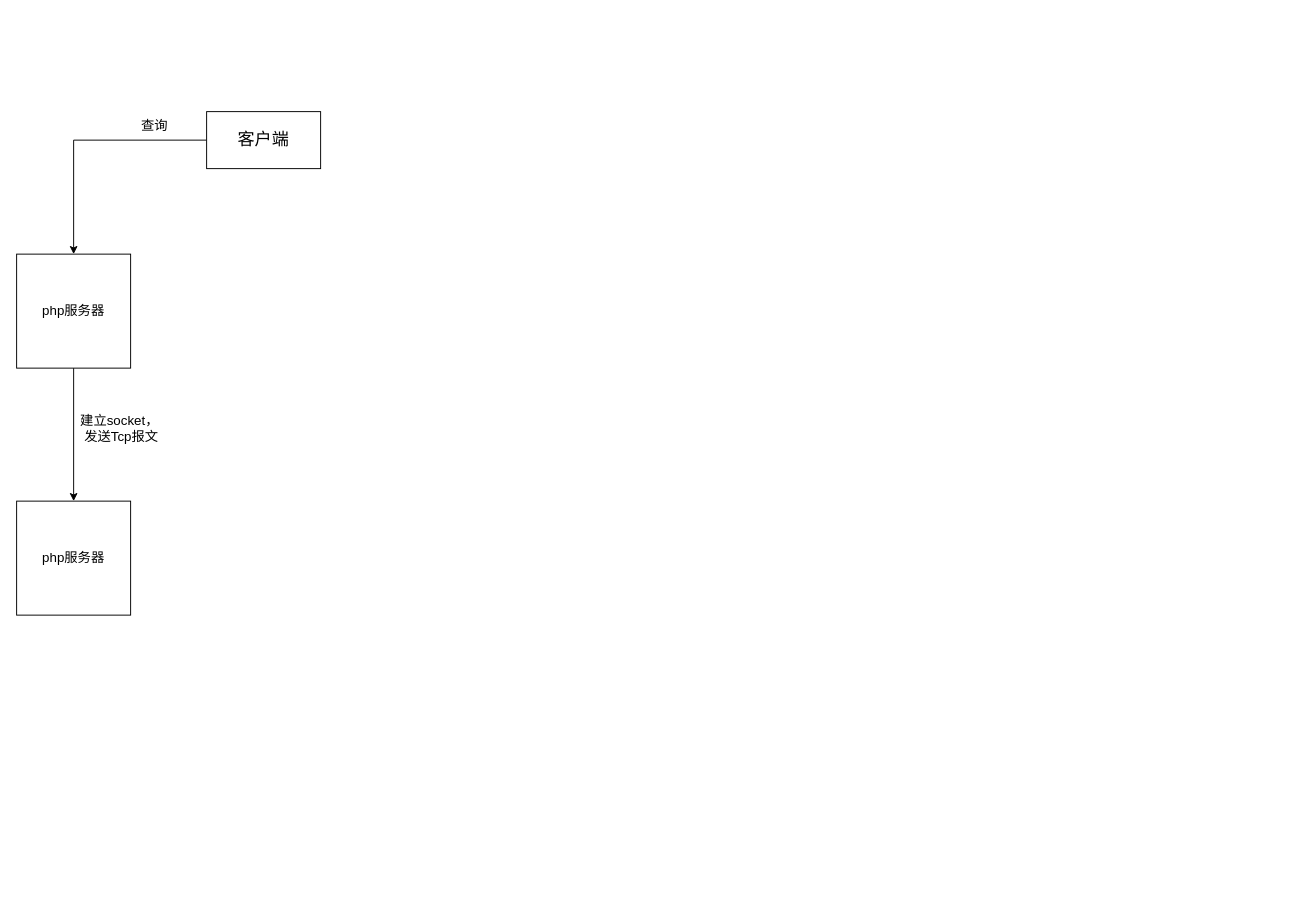
Earlier version of the draw.io diagram 搜索引擎.drawio (shadowbringerw/drawio). Source tidied: cells renumbered, new cells numbered last; positions are measured from the earlier drawing's top-left corner, leaving out a move shared by most shapes. Both pictures are drawn from the tidied source at 95%, with x=0, y=0 at pixel (16, 111).
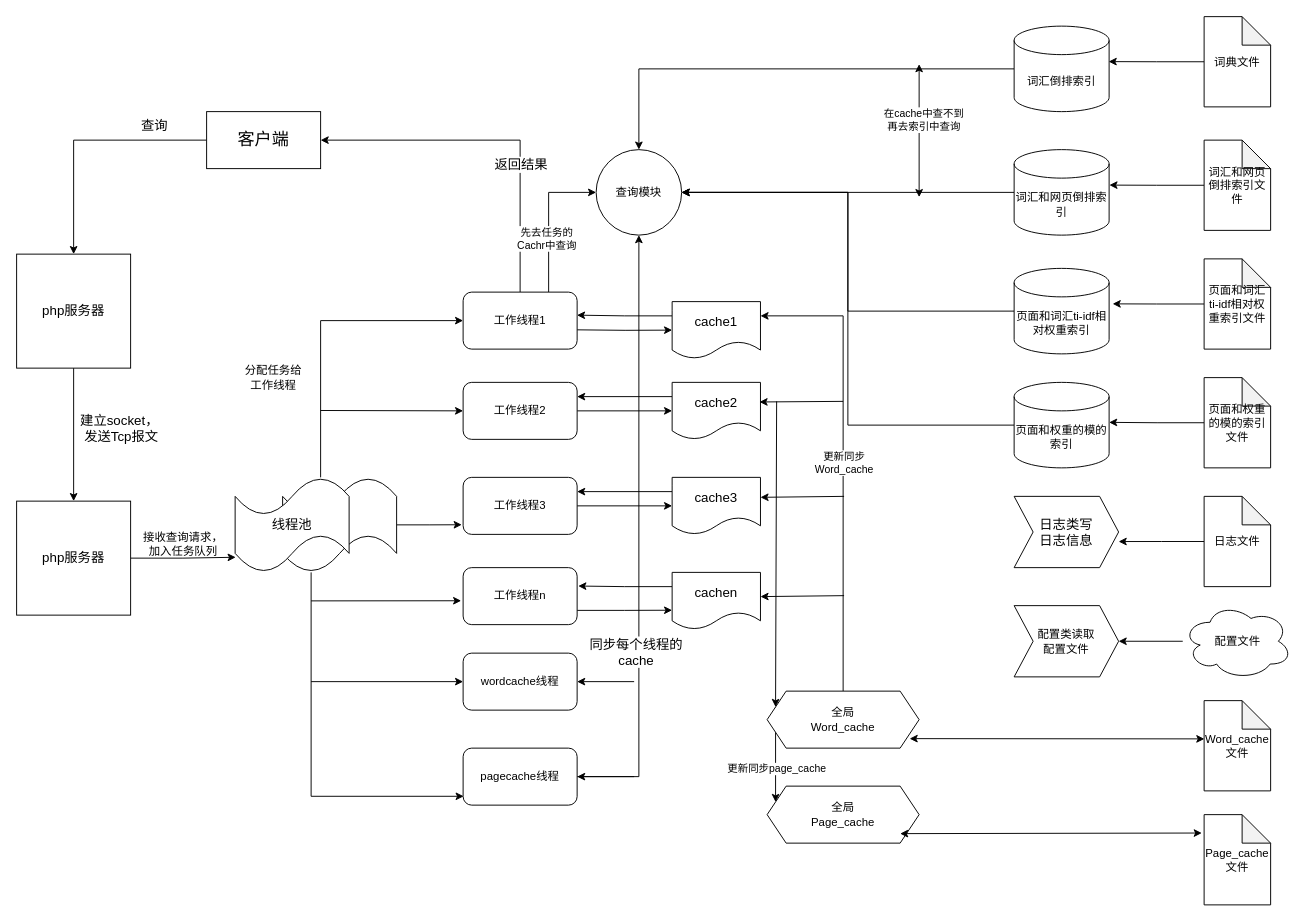
The same page after the edit.

Commit message (it also covers changes not shown here):
更新搜索引擎.drawio

Unchanged cells that the change refers to:
```xml
<mxCell id="3" value="&lt;font style=&quot;font-size: 18px;&quot;&gt;客户端&lt;/font&gt;" style="rounded=0;whiteSpace=wrap;html=1;" parent="1" vertex="1">
  <mxGeometry x="200" width="120" height="60" as="geometry" />
</mxCell>
<mxCell id="7" value="&lt;font style=&quot;font-size: 14px;&quot;&gt;php服务器&lt;/font&gt;" style="whiteSpace=wrap;html=1;" parent="1" vertex="1">
  <mxGeometry y="410" width="120" height="120" as="geometry" />
</mxCell>
```

The edit, as a diff of the source:
```diff
@@
+    <mxCell id="9" style="edgeStyle=orthogonalEdgeStyle;rounded=0;jettySize=auto;html=1;exitX=1;exitY=0.5;exitDx=0;exitDy=0;entryX=0.005;entryY=0.841;entryDx=0;entryDy=0;entryPerimeter=0;" parent="1" edge="1" source="7" target="14">
+      <mxGeometry relative="1" as="geometry" />
+    </mxCell>
@@
+    <mxCell id="10" style="edgeStyle=orthogonalEdgeStyle;rounded=0;jettySize=auto;html=1;exitX=1;exitY=0.5;exitDx=0;exitDy=0;exitPerimeter=0;entryX=-0.012;entryY=0.831;entryDx=0;entryDy=0;entryPerimeter=0;" parent="1" edge="1" source="12" target="25">
+      <mxGeometry relative="1" as="geometry" />
+    </mxCell>
+    <mxCell id="11" style="edgeStyle=orthogonalEdgeStyle;rounded=0;jettySize=auto;html=1;exitX=0.25;exitY=1;exitDx=0;exitDy=0;exitPerimeter=0;entryX=0.005;entryY=0.845;entryDx=0;entryDy=0;entryPerimeter=0;" parent="1" edge="1" source="12" target="31">
+      <mxGeometry relative="1" as="geometry" />
+    </mxCell>
+    <mxCell id="12" style="shape=tape;whiteSpace=wrap;html=1;" parent="1" vertex="1">
+      <mxGeometry x="280" y="385" width="120" height="100" as="geometry" />
+    </mxCell>
+    <mxCell id="13" style="edgeStyle=orthogonalEdgeStyle;rounded=0;jettySize=auto;html=1;exitX=0.75;exitY=0;exitDx=0;exitDy=0;exitPerimeter=0;entryX=0;entryY=0.5;entryDx=0;entryDy=0;" parent="1" edge="1" source="14" target="21">
+      <mxGeometry relative="1" as="geometry">
+        <Array as="points">
+          <mxPoint x="320" y="220" />
+        </Array>
+      </mxGeometry>
+    </mxCell>
+    <mxCell id="14" value="&lt;font style=&quot;font-size: 14px;&quot;&gt;线程池&lt;/font&gt;" style="shape=tape;whiteSpace=wrap;html=1;" parent="1" vertex="1">
+      <mxGeometry x="230" y="385" width="120" height="100" as="geometry" />
+    </mxCell>
+    <mxCell id="15" value="接收查询请求，&lt;br&gt;加入任务队列" style="text;html=1;align=center;verticalAlign=middle;strokeColor=none;fillColor=none;" parent="1" vertex="1">
+      <mxGeometry x="120" y="435" width="110" height="40" as="geometry" />
+    </mxCell>
+    <mxCell id="16" style="edgeStyle=orthogonalEdgeStyle;rounded=0;jettySize=auto;html=1;exitX=0.5;exitY=0;exitDx=0;exitDy=0;entryX=1;entryY=0.5;entryDx=0;entryDy=0;" parent="1" edge="1" source="21" target="3">
+      <mxGeometry relative="1" as="geometry" />
+    </mxCell>
+    <mxCell id="17" value="&lt;font style=&quot;font-size: 14px;&quot;&gt;返回&lt;/font&gt;&lt;font style=&quot;font-size: 14px;&quot;&gt;结果&lt;/font&gt;" style="edgeLabel;html=1;align=center;verticalAlign=middle;" parent="16" vertex="1">
+      <mxGeometry x="-0.27" relative="1" as="geometry" />
+    </mxCell>
+    <mxCell id="18" style="edgeStyle=orthogonalEdgeStyle;rounded=0;jettySize=auto;html=1;exitX=0.75;exitY=0;exitDx=0;exitDy=0;entryX=0;entryY=0.5;entryDx=0;entryDy=0;" parent="1" edge="1" source="21" target="44">
+      <mxGeometry relative="1" as="geometry" />
+    </mxCell>
+    <mxCell id="19" value="先去任务的&lt;br&gt;Cachr中查询" style="edgeLabel;html=1;align=center;verticalAlign=middle;" parent="18" vertex="1">
+      <mxGeometry x="-0.27" y="3" relative="1" as="geometry" />
+    </mxCell>
+    <mxCell id="20" style="edgeStyle=orthogonalEdgeStyle;rounded=0;jettySize=auto;html=1;exitX=1;exitY=0.5;exitDx=0;exitDy=0;entryX=0;entryY=0.5;entryDx=0;entryDy=0;" parent="1" edge="1" target="37">
+      <mxGeometry relative="1" as="geometry">
+        <mxPoint x="590" y="229.7" as="sourcePoint" />
+      </mxGeometry>
+    </mxCell>
+    <mxCell id="21" value="工作线程1" style="rounded=1;whiteSpace=wrap;html=1;" parent="1" vertex="1">
+      <mxGeometry x="470" y="190" width="120" height="60" as="geometry" />
+    </mxCell>
+    <mxCell id="22" style="edgeStyle=orthogonalEdgeStyle;rounded=0;jettySize=auto;html=1;exitX=1;exitY=0.5;exitDx=0;exitDy=0;entryX=0;entryY=0.5;entryDx=0;entryDy=0;" parent="1" edge="1" source="23" target="39">
+      <mxGeometry relative="1" as="geometry" />
+    </mxCell>
+    <mxCell id="23" value="工作线程2" style="rounded=1;whiteSpace=wrap;html=1;" parent="1" vertex="1">
+      <mxGeometry x="470" y="285" width="120" height="60" as="geometry" />
+    </mxCell>
+    <mxCell id="24" style="edgeStyle=orthogonalEdgeStyle;rounded=0;jettySize=auto;html=1;exitX=1;exitY=0.5;exitDx=0;exitDy=0;entryX=0;entryY=0.5;entryDx=0;entryDy=0;" parent="1" edge="1" source="25" target="41">
+      <mxGeometry relative="1" as="geometry" />
+    </mxCell>
+    <mxCell id="25" value="工作线程3" style="rounded=1;whiteSpace=wrap;html=1;" parent="1" vertex="1">
+      <mxGeometry x="470" y="385" width="120" height="60" as="geometry" />
+    </mxCell>
+    <mxCell id="26" style="edgeStyle=orthogonalEdgeStyle;rounded=0;jettySize=auto;html=1;exitX=1;exitY=0.75;exitDx=0;exitDy=0;entryX=0;entryY=0.664;entryDx=0;entryDy=0;entryPerimeter=0;" parent="1" edge="1" source="27" target="43">
+      <mxGeometry relative="1" as="geometry" />
+    </mxCell>
+    <mxCell id="27" value="工作线程n" style="rounded=1;whiteSpace=wrap;html=1;" parent="1" vertex="1">
+      <mxGeometry x="470" y="480" width="120" height="60" as="geometry" />
+    </mxCell>
+    <mxCell id="28" value="wordcache线程" style="rounded=1;whiteSpace=wrap;html=1;" parent="1" vertex="1">
+      <mxGeometry x="470" y="570" width="120" height="60" as="geometry" />
+    </mxCell>
+    <mxCell id="29" style="edgeStyle=orthogonalEdgeStyle;rounded=0;jettySize=auto;html=1;exitX=1;exitY=0.5;exitDx=0;exitDy=0;entryX=0.5;entryY=1;entryDx=0;entryDy=0;" parent="1" edge="1" source="31" target="44">
+      <mxGeometry relative="1" as="geometry" />
+    </mxCell>
+    <mxCell id="30" value="&lt;font style=&quot;font-size: 14px;&quot;&gt;同步每个线程的&lt;br&gt;cache&lt;/font&gt;" style="edgeLabel;html=1;align=center;verticalAlign=middle;" parent="29" vertex="1">
+      <mxGeometry x="-0.38" y="4" relative="1" as="geometry" />
+    </mxCell>
+    <mxCell id="31" value="pagecache线程" style="rounded=1;whiteSpace=wrap;html=1;" parent="1" vertex="1">
+      <mxGeometry x="470" y="670" width="120" height="60" as="geometry" />
+    </mxCell>
+    <mxCell id="32" value="分配任务给&lt;br&gt;工作线程" style="text;html=1;align=center;verticalAlign=middle;strokeColor=none;fillColor=none;" parent="1" vertex="1">
+      <mxGeometry x="230" y="260" width="80" height="40" as="geometry" />
+    </mxCell>
+    <mxCell id="33" style="endArrow=classic;html=1;rounded=0;entryX=0;entryY=0.5;entryDx=0;entryDy=0;" parent="1" edge="1" target="23">
+      <mxGeometry relative="1" as="geometry">
+        <mxPoint x="320" y="314.6" as="sourcePoint" />
+      </mxGeometry>
+    </mxCell>
+    <mxCell id="34" style="endArrow=classic;html=1;rounded=0;entryX=0;entryY=0.5;entryDx=0;entryDy=0;" parent="1" edge="1" target="28">
+      <mxGeometry relative="1" as="geometry">
+        <mxPoint x="310" y="600" as="sourcePoint" />
+      </mxGeometry>
+    </mxCell>
+    <mxCell id="35" style="endArrow=classic;html=1;rounded=0;entryX=-0.017;entryY=0.581;entryDx=0;entryDy=0;entryPerimeter=0;" parent="1" edge="1" target="27">
+      <mxGeometry relative="1" as="geometry">
+        <mxPoint x="310" y="515" as="sourcePoint" />
+      </mxGeometry>
+    </mxCell>
+    <mxCell id="36" style="edgeStyle=orthogonalEdgeStyle;rounded=0;jettySize=auto;html=1;exitX=0;exitY=0.25;exitDx=0;exitDy=0;entryX=0.999;entryY=0.404;entryDx=0;entryDy=0;entryPerimeter=0;" parent="1" edge="1" source="37" target="21">
+      <mxGeometry relative="1" as="geometry" />
+    </mxCell>
+    <mxCell id="37" value="&lt;font style=&quot;font-size: 14px;&quot;&gt;cache1&lt;/font&gt;" style="shape=document;whiteSpace=wrap;html=1;boundedLbl=1;" parent="1" vertex="1">
+      <mxGeometry x="690" y="200" width="93" height="60" as="geometry" />
+    </mxCell>
+    <mxCell id="38" style="edgeStyle=orthogonalEdgeStyle;rounded=0;jettySize=auto;html=1;exitX=0;exitY=0.25;exitDx=0;exitDy=0;entryX=1;entryY=0.25;entryDx=0;entryDy=0;" parent="1" edge="1" source="39" target="23">
+      <mxGeometry relative="1" as="geometry" />
+    </mxCell>
+    <mxCell id="39" value="&lt;font style=&quot;font-size: 14px;&quot;&gt;cache2&lt;/font&gt;" style="shape=document;whiteSpace=wrap;html=1;boundedLbl=1;" parent="1" vertex="1">
+      <mxGeometry x="690" y="285" width="93" height="60" as="geometry" />
+    </mxCell>
+    <mxCell id="40" style="edgeStyle=orthogonalEdgeStyle;rounded=0;jettySize=auto;html=1;exitX=0;exitY=0.25;exitDx=0;exitDy=0;entryX=1;entryY=0.25;entryDx=0;entryDy=0;" parent="1" edge="1" source="41" target="25">
+      <mxGeometry relative="1" as="geometry" />
+    </mxCell>
+    <mxCell id="41" value="&lt;font style=&quot;font-size: 14px;&quot;&gt;cache3&lt;/font&gt;" style="shape=document;whiteSpace=wrap;html=1;boundedLbl=1;" parent="1" vertex="1">
+      <mxGeometry x="690" y="385" width="93" height="60" as="geometry" />
+    </mxCell>
+    <mxCell id="42" style="edgeStyle=orthogonalEdgeStyle;rounded=0;jettySize=auto;html=1;exitX=0;exitY=0.25;exitDx=0;exitDy=0;entryX=1.01;entryY=0.323;entryDx=0;entryDy=0;entryPerimeter=0;" parent="1" edge="1" source="43" target="27">
+      <mxGeometry relative="1" as="geometry" />
+    </mxCell>
+    <mxCell id="43" value="&lt;font style=&quot;font-size: 14px;&quot;&gt;cachen&lt;/font&gt;" style="shape=document;whiteSpace=wrap;html=1;boundedLbl=1;" parent="1" vertex="1">
+      <mxGeometry x="690" y="485" width="93" height="60" as="geometry" />
+    </mxCell>
+    <mxCell id="44" value="查询模块" style="ellipse;whiteSpace=wrap;html=1;" parent="1" vertex="1">
+      <mxGeometry x="610" y="40" width="90" height="90" as="geometry" />
+    </mxCell>
+    <mxCell id="45" style="endArrow=classic;html=1;rounded=0;entryX=1;entryY=0.5;entryDx=0;entryDy=0;" parent="1" edge="1" target="28">
+      <mxGeometry relative="1" as="geometry">
+        <mxPoint x="650" y="600" as="sourcePoint" />
+      </mxGeometry>
+    </mxCell>
+    <mxCell id="46" style="endArrow=classic;html=1;rounded=0;entryX=1;entryY=0.5;entryDx=0;entryDy=0;" parent="1" edge="1" target="31">
+      <mxGeometry relative="1" as="geometry">
+        <mxPoint x="650" y="700" as="sourcePoint" />
+      </mxGeometry>
+    </mxCell>
+    <mxCell id="47" style="edgeStyle=orthogonalEdgeStyle;rounded=0;jettySize=auto;html=1;exitX=0;exitY=0.5;exitDx=0;exitDy=0;exitPerimeter=0;" parent="1" edge="1" source="48" target="44">
+      <mxGeometry relative="1" as="geometry" />
+    </mxCell>
+    <mxCell id="48" value="词汇倒排索引" style="shape=cylinder3;whiteSpace=wrap;html=1;boundedLbl=1;backgroundOutline=1;size=15;" parent="1" vertex="1">
+      <mxGeometry x="1050" y="-90" width="100" height="90" as="geometry" />
+    </mxCell>
+    <mxCell id="49" style="edgeStyle=orthogonalEdgeStyle;rounded=0;jettySize=auto;html=1;exitX=0;exitY=0.5;exitDx=0;exitDy=0;exitPerimeter=0;entryX=1;entryY=0.5;entryDx=0;entryDy=0;" parent="1" edge="1" source="50" target="44">
+      <mxGeometry relative="1" as="geometry">
+        <Array as="points">
+          <mxPoint x="810" y="85" />
+          <mxPoint x="810" y="85" />
+        </Array>
+      </mxGeometry>
+    </mxCell>
+    <mxCell id="50" value="词汇和网页倒排索引" style="shape=cylinder3;whiteSpace=wrap;html=1;boundedLbl=1;backgroundOutline=1;size=15;" parent="1" vertex="1">
+      <mxGeometry x="1050" y="40" width="100" height="90" as="geometry" />
+    </mxCell>
+    <mxCell id="51" style="edgeStyle=orthogonalEdgeStyle;rounded=0;jettySize=auto;html=1;exitX=0;exitY=0.5;exitDx=0;exitDy=0;exitPerimeter=0;entryX=1;entryY=0.5;entryDx=0;entryDy=0;" parent="1" edge="1" source="52" target="44">
+      <mxGeometry relative="1" as="geometry" />
+    </mxCell>
+    <mxCell id="52" value="页面和词汇ti-idf相对权重索引" style="shape=cylinder3;whiteSpace=wrap;html=1;boundedLbl=1;backgroundOutline=1;size=15;" parent="1" vertex="1">
+      <mxGeometry x="1050" y="165" width="100" height="90" as="geometry" />
+    </mxCell>
+    <mxCell id="53" style="edgeStyle=orthogonalEdgeStyle;rounded=0;jettySize=auto;html=1;exitX=0;exitY=0.5;exitDx=0;exitDy=0;exitPerimeter=0;entryX=1;entryY=0.5;entryDx=0;entryDy=0;" parent="1" edge="1" source="54" target="44">
+      <mxGeometry relative="1" as="geometry" />
+    </mxCell>
+    <mxCell id="54" value="页面和权重的模的索引" style="shape=cylinder3;whiteSpace=wrap;html=1;boundedLbl=1;backgroundOutline=1;size=15;" parent="1" vertex="1">
+      <mxGeometry x="1050" y="285" width="100" height="90" as="geometry" />
+    </mxCell>
+    <mxCell id="55" style="endArrow=classic;startArrow=classic;html=1;rounded=0;" parent="1" edge="1">
+      <mxGeometry relative="1" as="geometry">
+        <mxPoint x="950" y="90" as="sourcePoint" />
+        <mxPoint x="950" y="-50" as="targetPoint" />
+      </mxGeometry>
+    </mxCell>
+    <mxCell id="56" value="在cache中查不到&lt;br&gt;再去索引中查询" style="edgeLabel;html=1;align=center;verticalAlign=middle;" parent="55" vertex="1">
+      <mxGeometry x="0.17" y="-4" relative="1" as="geometry" />
+    </mxCell>
+    <mxCell id="57" value="&lt;font style=&quot;font-size: 14px;&quot;&gt;日志类写&lt;br&gt;日志信息&lt;/font&gt;" style="shape=step;perimeter=stepPerimeter;whiteSpace=wrap;html=1;fixedSize=1;" parent="1" vertex="1">
+      <mxGeometry x="1050" y="405" width="110" height="75" as="geometry" />
+    </mxCell>
+    <mxCell id="58" value="配置类读取&lt;br&gt;配置文件" style="shape=step;perimeter=stepPerimeter;whiteSpace=wrap;html=1;fixedSize=1;" parent="1" vertex="1">
+      <mxGeometry x="1050" y="520" width="110" height="75" as="geometry" />
+    </mxCell>
+    <mxCell id="59" style="edgeStyle=orthogonalEdgeStyle;rounded=0;jettySize=auto;html=1;exitX=0.5;exitY=0;exitDx=0;exitDy=0;entryX=1;entryY=0.25;entryDx=0;entryDy=0;" parent="1" edge="1" source="63" target="37">
+      <mxGeometry relative="1" as="geometry" />
+    </mxCell>
+    <mxCell id="60" value="更新同步&lt;br&gt;Word_cache" style="edgeLabel;html=1;align=center;verticalAlign=middle;" parent="59" vertex="1">
+      <mxGeometry relative="1" as="geometry" />
+    </mxCell>
+    <mxCell id="61" style="edgeStyle=orthogonalEdgeStyle;rounded=0;jettySize=auto;html=1;exitX=0;exitY=0.25;exitDx=0;exitDy=0;entryX=0;entryY=0.25;entryDx=0;entryDy=0;" parent="1" edge="1" source="63" target="64">
+      <mxGeometry relative="1" as="geometry" />
+    </mxCell>
+    <mxCell id="62" value="更新同步page_cache" style="edgeLabel;html=1;align=center;verticalAlign=middle;" parent="61" vertex="1">
+      <mxGeometry x="0.3" y="1" relative="1" as="geometry" />
+    </mxCell>
+    <mxCell id="63" value="全局&lt;br&gt;Word_cache" style="shape=hexagon;perimeter=hexagonPerimeter2;whiteSpace=wrap;html=1;fixedSize=1;" parent="1" vertex="1">
+      <mxGeometry x="790" y="610" width="160" height="60" as="geometry" />
+    </mxCell>
+    <mxCell id="64" value="全局&lt;br&gt;Page_cache" style="shape=hexagon;perimeter=hexagonPerimeter2;whiteSpace=wrap;html=1;fixedSize=1;" parent="1" vertex="1">
+      <mxGeometry x="790" y="710" width="160" height="60" as="geometry" />
+    </mxCell>
+    <mxCell id="65" style="endArrow=classic;html=1;rounded=0;entryX=0.989;entryY=0.344;entryDx=0;entryDy=0;entryPerimeter=0;" parent="1" edge="1" target="39">
+      <mxGeometry relative="1" as="geometry">
+        <mxPoint x="870" y="305" as="sourcePoint" />
+      </mxGeometry>
+    </mxCell>
+    <mxCell id="66" style="endArrow=classic;html=1;rounded=0;entryX=0.989;entryY=0.344;entryDx=0;entryDy=0;entryPerimeter=0;" parent="1" edge="1">
+      <mxGeometry relative="1" as="geometry">
+        <mxPoint x="871" y="405" as="sourcePoint" />
+        <mxPoint x="783" y="406" as="targetPoint" />
+      </mxGeometry>
+    </mxCell>
+    <mxCell id="67" style="endArrow=classic;html=1;rounded=0;entryX=0.989;entryY=0.344;entryDx=0;entryDy=0;entryPerimeter=0;" parent="1" edge="1">
+      <mxGeometry relative="1" as="geometry">
+        <mxPoint x="871" y="509.5" as="sourcePoint" />
+        <mxPoint x="783" y="510.5" as="targetPoint" />
+      </mxGeometry>
+    </mxCell>
+    <mxCell id="68" style="endArrow=classic;html=1;rounded=0;entryX=0;entryY=0.25;entryDx=0;entryDy=0;" parent="1" edge="1" target="63">
+      <mxGeometry relative="1" as="geometry">
+        <mxPoint x="800" y="305" as="sourcePoint" />
+      </mxGeometry>
+    </mxCell>
+    <mxCell id="69" style="edgeStyle=orthogonalEdgeStyle;rounded=0;jettySize=auto;html=1;exitX=0;exitY=0.5;exitDx=0;exitDy=0;exitPerimeter=0;entryX=0.995;entryY=0.415;entryDx=0;entryDy=0;entryPerimeter=0;" parent="1" edge="1" source="70" target="48">
+      <mxGeometry relative="1" as="geometry" />
+    </mxCell>
+    <mxCell id="70" value="词典文件" style="shape=note;whiteSpace=wrap;html=1;backgroundOutline=1;darkOpacity=0.05;" parent="1" vertex="1">
+      <mxGeometry x="1250" y="-100" width="70" height="95" as="geometry" />
+    </mxCell>
+    <mxCell id="71" style="edgeStyle=orthogonalEdgeStyle;rounded=0;jettySize=auto;html=1;exitX=0;exitY=0.5;exitDx=0;exitDy=0;exitPerimeter=0;entryX=1.003;entryY=0.415;entryDx=0;entryDy=0;entryPerimeter=0;" parent="1" edge="1" source="72" target="50">
+      <mxGeometry relative="1" as="geometry" />
+    </mxCell>
+    <mxCell id="72" value="词汇和网页&lt;br&gt;倒排索引文件" style="shape=note;whiteSpace=wrap;html=1;backgroundOutline=1;darkOpacity=0.05;" parent="1" vertex="1">
+      <mxGeometry x="1250" y="30" width="70" height="95" as="geometry" />
+    </mxCell>
+    <mxCell id="73" style="edgeStyle=orthogonalEdgeStyle;rounded=0;jettySize=auto;html=1;exitX=0;exitY=0.5;exitDx=0;exitDy=0;exitPerimeter=0;entryX=1.037;entryY=0.415;entryDx=0;entryDy=0;entryPerimeter=0;" parent="1" edge="1" source="74" target="52">
+      <mxGeometry relative="1" as="geometry" />
+    </mxCell>
+    <mxCell id="74" value="页面和词汇ti-idf相对权重索引文件" style="shape=note;whiteSpace=wrap;html=1;backgroundOutline=1;darkOpacity=0.05;" parent="1" vertex="1">
+      <mxGeometry x="1250" y="155" width="70" height="95" as="geometry" />
+    </mxCell>
+    <mxCell id="75" style="edgeStyle=orthogonalEdgeStyle;rounded=0;jettySize=auto;html=1;exitX=0;exitY=0.5;exitDx=0;exitDy=0;exitPerimeter=0;" parent="1" edge="1" source="76">
+      <mxGeometry relative="1" as="geometry">
+        <mxPoint x="1150" y="327.1" as="targetPoint" />
+      </mxGeometry>
+    </mxCell>
+    <mxCell id="76" value="页面和权重的模的索引文件" style="shape=note;whiteSpace=wrap;html=1;backgroundOutline=1;darkOpacity=0.05;" parent="1" vertex="1">
+      <mxGeometry x="1250" y="280" width="70" height="95" as="geometry" />
+    </mxCell>
+    <mxCell id="77" style="edgeStyle=orthogonalEdgeStyle;rounded=0;jettySize=auto;html=1;entryX=1;entryY=0.5;entryDx=0;entryDy=0;" parent="1" edge="1" source="78" target="58">
+      <mxGeometry relative="1" as="geometry" />
+    </mxCell>
+    <mxCell id="78" value="配置文件" style="ellipse;shape=cloud;whiteSpace=wrap;html=1;" parent="1" vertex="1">
+      <mxGeometry x="1227.5" y="517.5" width="115" height="80" as="geometry" />
+    </mxCell>
+    <mxCell id="79" style="edgeStyle=orthogonalEdgeStyle;rounded=0;jettySize=auto;html=1;exitX=0;exitY=0.5;exitDx=0;exitDy=0;exitPerimeter=0;entryX=1;entryY=0.634;entryDx=0;entryDy=0;entryPerimeter=0;" parent="1" edge="1" source="80" target="57">
+      <mxGeometry relative="1" as="geometry" />
+    </mxCell>
+    <mxCell id="80" value="日志文件" style="shape=note;whiteSpace=wrap;html=1;backgroundOutline=1;darkOpacity=0.05;" parent="1" vertex="1">
+      <mxGeometry x="1250" y="405" width="70" height="95" as="geometry" />
+    </mxCell>
+    <mxCell id="81" value="Word_cache文件" style="shape=note;whiteSpace=wrap;html=1;backgroundOutline=1;darkOpacity=0.05;" parent="1" vertex="1">
+      <mxGeometry x="1250" y="620" width="70" height="95" as="geometry" />
+    </mxCell>
+    <mxCell id="82" value="Page_cache文件" style="shape=note;whiteSpace=wrap;html=1;backgroundOutline=1;darkOpacity=0.05;" parent="1" vertex="1">
+      <mxGeometry x="1250" y="740" width="70" height="95" as="geometry" />
+    </mxCell>
+    <mxCell id="83" style="endArrow=classic;startArrow=classic;html=1;rounded=0;entryX=0.004;entryY=0.424;entryDx=0;entryDy=0;entryPerimeter=0;" parent="1" edge="1" target="81">
+      <mxGeometry relative="1" as="geometry">
+        <mxPoint x="940" y="660" as="sourcePoint" />
+      </mxGeometry>
+    </mxCell>
+    <mxCell id="84" style="endArrow=classic;startArrow=classic;html=1;rounded=0;entryX=-0.035;entryY=0.204;entryDx=0;entryDy=0;entryPerimeter=0;" parent="1" edge="1" target="82">
+      <mxGeometry relative="1" as="geometry">
+        <mxPoint x="930" y="760" as="sourcePoint" />
+      </mxGeometry>
+    </mxCell>
```
